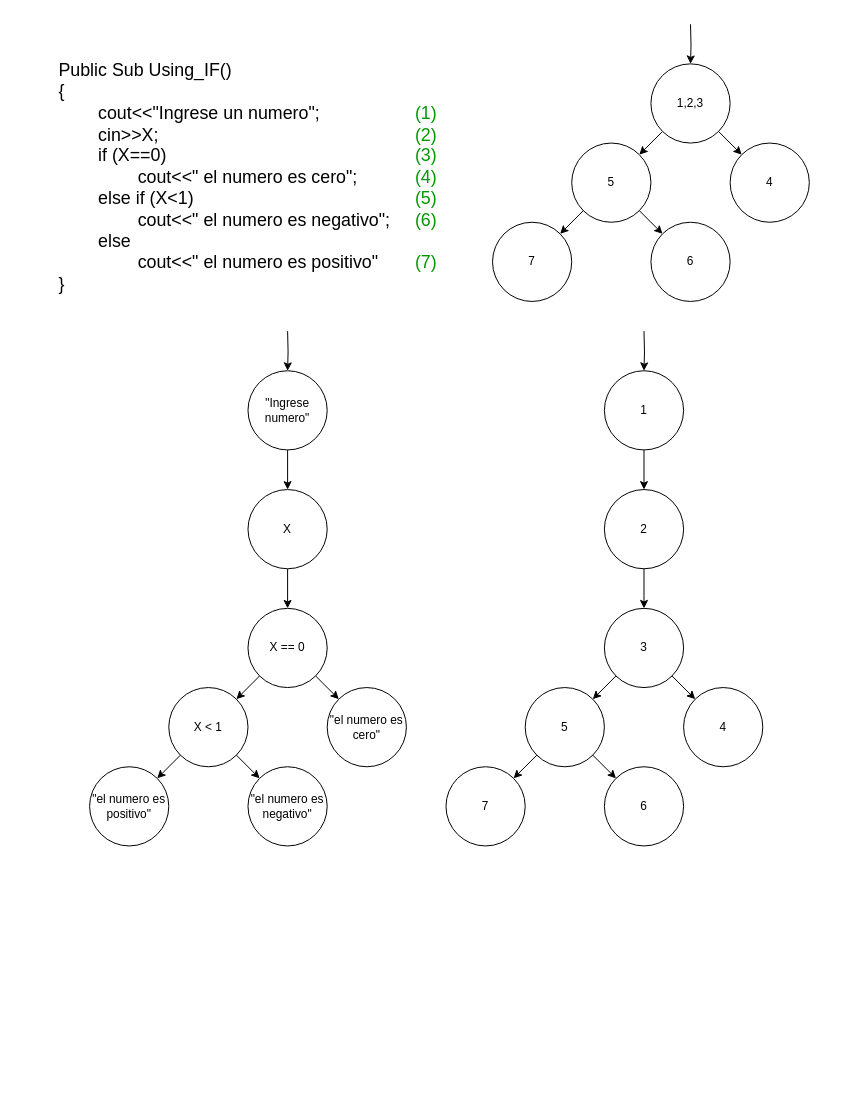
Earlier version of the draw.io diagram page "GrafoPDF_1A" (2 of 5) of Grafos_TP4_MII.drawio (JEOrellano/draw.io_TP4_G12_MII_TUSI). Source tidied: cells renumbered, new cells numbered last; positions are measured from the earlier drawing's top-left corner, leaving out a move shared by most shapes. Both pictures are drawn from the tidied source at 99%, with x=0, y=0 at pixel (56, 24).
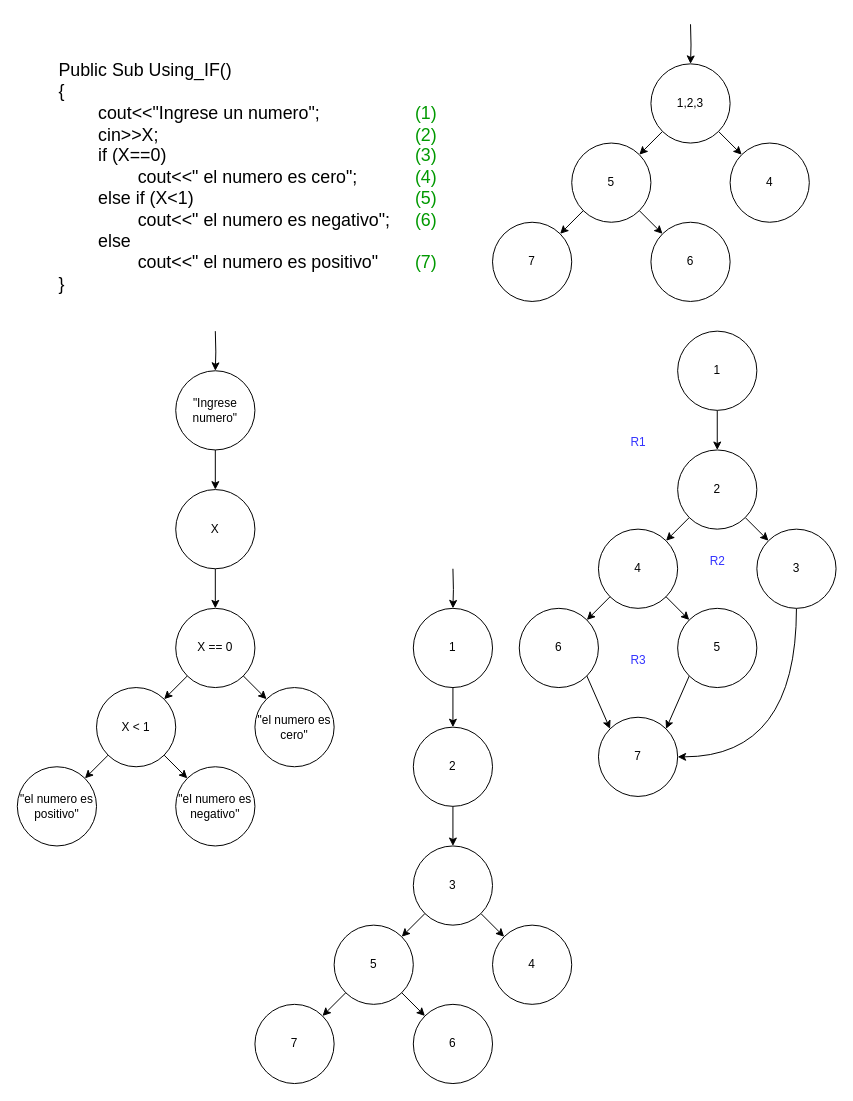
After the change.

Diff of the diagram source:
```diff
@@
     <mxCell id="2" style="edgeStyle=orthogonalEdgeStyle;rounded=0;jettySize=auto;html=1;entryX=0.5;entryY=0;entryDx=0;entryDy=0;" parent="1" edge="1" target="3">
       <mxGeometry relative="1" as="geometry">
-        <mxPoint x="233" y="310" as="sourcePoint" />
+        <mxPoint x="160" y="310" as="sourcePoint" />
       </mxGeometry>
     </mxCell>
     <mxCell id="3" value="&quot;Ingrese numero&quot;" style="ellipse;whiteSpace=wrap;html=1;" parent="1" vertex="1">
-      <mxGeometry x="193" y="350" width="80" height="80" as="geometry" />
+      <mxGeometry x="120" y="350" width="80" height="80" as="geometry" />
     </mxCell>
@@
     <mxCell id="6" value="X" style="ellipse;whiteSpace=wrap;html=1;" parent="1" vertex="1">
-      <mxGeometry x="193" y="470" width="80" height="80" as="geometry" />
+      <mxGeometry x="120" y="470" width="80" height="80" as="geometry" />
     </mxCell>
@@
     <mxCell id="9" value="X &amp;lt; 1" style="ellipse;whiteSpace=wrap;html=1;" parent="1" vertex="1">
-      <mxGeometry x="113" y="670" width="80" height="80" as="geometry" />
+      <mxGeometry x="40" y="670" width="80" height="80" as="geometry" />
     </mxCell>
@@
     <mxCell id="11" value="&quot;el numero es cero&quot;" style="ellipse;whiteSpace=wrap;html=1;" parent="1" vertex="1">
-      <mxGeometry x="273" y="670" width="80" height="80" as="geometry" />
+      <mxGeometry x="200" y="670" width="80" height="80" as="geometry" />
     </mxCell>
     <mxCell id="12" value="X == 0" style="ellipse;whiteSpace=wrap;html=1;" parent="1" vertex="1">
-      <mxGeometry x="193" y="590" width="80" height="80" as="geometry" />
+      <mxGeometry x="120" y="590" width="80" height="80" as="geometry" />
     </mxCell>
@@
     <mxCell id="14" value="&quot;el numero es positivo&quot;" style="ellipse;whiteSpace=wrap;html=1;" parent="1" vertex="1">
-      <mxGeometry x="33" y="750" width="80" height="80" as="geometry" />
+      <mxGeometry x="-40" y="750" width="80" height="80" as="geometry" />
     </mxCell>
@@
     <mxCell id="16" value="&quot;el numero es negativo&quot;" style="ellipse;whiteSpace=wrap;html=1;" parent="1" vertex="1">
-      <mxGeometry x="193" y="750" width="80" height="80" as="geometry" />
+      <mxGeometry x="120" y="750" width="80" height="80" as="geometry" />
     </mxCell>
     <mxCell id="17" style="edgeStyle=orthogonalEdgeStyle;rounded=0;jettySize=auto;html=1;entryX=0.5;entryY=0;entryDx=0;entryDy=0;" parent="1" edge="1" target="18">
       <mxGeometry relative="1" as="geometry">
-        <mxPoint x="593" y="310" as="sourcePoint" />
+        <mxPoint x="400" y="550" as="sourcePoint" />
       </mxGeometry>
     </mxCell>
     <mxCell id="18" value="1" style="ellipse;whiteSpace=wrap;html=1;" parent="1" vertex="1">
-      <mxGeometry x="553" y="350" width="80" height="80" as="geometry" />
+      <mxGeometry x="360" y="590" width="80" height="80" as="geometry" />
     </mxCell>
@@
     <mxCell id="21" value="2" style="ellipse;whiteSpace=wrap;html=1;" parent="1" vertex="1">
-      <mxGeometry x="553" y="470" width="80" height="80" as="geometry" />
+      <mxGeometry x="360" y="710" width="80" height="80" as="geometry" />
     </mxCell>
@@
     <mxCell id="24" value="5" style="ellipse;whiteSpace=wrap;html=1;" parent="1" vertex="1">
-      <mxGeometry x="473" y="670" width="80" height="80" as="geometry" />
+      <mxGeometry x="280" y="910" width="80" height="80" as="geometry" />
     </mxCell>
     <mxCell id="25" value="4" style="ellipse;whiteSpace=wrap;html=1;" parent="1" vertex="1">
-      <mxGeometry x="633" y="670" width="80" height="80" as="geometry" />
+      <mxGeometry x="440" y="910" width="80" height="80" as="geometry" />
     </mxCell>
     <mxCell id="26" value="3" style="ellipse;whiteSpace=wrap;html=1;" parent="1" vertex="1">
-      <mxGeometry x="553" y="590" width="80" height="80" as="geometry" />
+      <mxGeometry x="360" y="830" width="80" height="80" as="geometry" />
     </mxCell>
@@
     <mxCell id="28" value="7" style="ellipse;whiteSpace=wrap;html=1;" parent="1" vertex="1">
-      <mxGeometry x="393" y="750" width="80" height="80" as="geometry" />
+      <mxGeometry x="200" y="990" width="80" height="80" as="geometry" />
     </mxCell>
@@
     <mxCell id="30" value="6" style="ellipse;whiteSpace=wrap;html=1;" parent="1" vertex="1">
-      <mxGeometry x="553" y="750" width="80" height="80" as="geometry" />
+      <mxGeometry x="360" y="990" width="80" height="80" as="geometry" />
     </mxCell>
@@
+    <mxCell id="41" style="rounded=0;jettySize=auto;html=1;entryX=0;entryY=0;entryDx=0;entryDy=0;exitX=1;exitY=1;exitDx=0;exitDy=0;" parent="1" edge="1" source="48" target="47">
+      <mxGeometry relative="1" as="geometry" />
+    </mxCell>
+    <mxCell id="42" style="edgeStyle=orthogonalEdgeStyle;rounded=0;jettySize=auto;html=1;exitX=0.5;exitY=1;exitDx=0;exitDy=0;entryX=0.5;entryY=0;entryDx=0;entryDy=0;" parent="1" edge="1" source="43" target="48">
+      <mxGeometry relative="1" as="geometry" />
+    </mxCell>
+    <mxCell id="43" value="1" style="ellipse;whiteSpace=wrap;html=1;" parent="1" vertex="1">
+      <mxGeometry x="627" y="310" width="80" height="80" as="geometry" />
+    </mxCell>
+    <mxCell id="44" style="rounded=0;jettySize=auto;html=1;entryX=1;entryY=0;entryDx=0;entryDy=0;exitX=0;exitY=1;exitDx=0;exitDy=0;" parent="1" edge="1" source="48" target="45">
+      <mxGeometry relative="1" as="geometry" />
+    </mxCell>
+    <mxCell id="45" value="4" style="ellipse;whiteSpace=wrap;html=1;" parent="1" vertex="1">
+      <mxGeometry x="547" y="510" width="80" height="80" as="geometry" />
+    </mxCell>
+    <mxCell id="46" style="edgeStyle=orthogonalEdgeStyle;rounded=0;jettySize=auto;html=1;exitX=0.5;exitY=1;exitDx=0;exitDy=0;entryX=1;entryY=0.5;entryDx=0;entryDy=0;elbow=vertical;curved=1;" parent="1" edge="1" source="47" target="55">
+      <mxGeometry relative="1" as="geometry" />
+    </mxCell>
+    <mxCell id="47" value="3" style="ellipse;whiteSpace=wrap;html=1;" parent="1" vertex="1">
+      <mxGeometry x="707" y="510" width="80" height="80" as="geometry" />
+    </mxCell>
+    <mxCell id="48" value="2" style="ellipse;whiteSpace=wrap;html=1;" parent="1" vertex="1">
+      <mxGeometry x="627" y="430" width="80" height="80" as="geometry" />
+    </mxCell>
+    <mxCell id="49" style="rounded=0;jettySize=auto;html=1;entryX=1;entryY=0;entryDx=0;entryDy=0;exitX=0;exitY=1;exitDx=0;exitDy=0;" parent="1" edge="1" source="45" target="51">
+      <mxGeometry relative="1" as="geometry" />
+    </mxCell>
+    <mxCell id="50" style="rounded=0;jettySize=auto;html=1;exitX=1;exitY=1;exitDx=0;exitDy=0;entryX=0;entryY=0;entryDx=0;entryDy=0;" parent="1" edge="1" source="51" target="55">
+      <mxGeometry relative="1" as="geometry" />
+    </mxCell>
+    <mxCell id="51" value="6" style="ellipse;whiteSpace=wrap;html=1;" parent="1" vertex="1">
+      <mxGeometry x="467" y="590" width="80" height="80" as="geometry" />
+    </mxCell>
+    <mxCell id="52" style="rounded=0;jettySize=auto;html=1;entryX=0;entryY=0;entryDx=0;entryDy=0;exitX=1;exitY=1;exitDx=0;exitDy=0;" parent="1" edge="1" source="45" target="54">
+      <mxGeometry relative="1" as="geometry" />
+    </mxCell>
+    <mxCell id="53" style="rounded=0;jettySize=auto;html=1;exitX=0;exitY=1;exitDx=0;exitDy=0;entryX=1;entryY=0;entryDx=0;entryDy=0;" parent="1" edge="1" source="54" target="55">
+      <mxGeometry relative="1" as="geometry" />
+    </mxCell>
+    <mxCell id="54" value="5" style="ellipse;whiteSpace=wrap;html=1;" parent="1" vertex="1">
+      <mxGeometry x="627" y="590" width="80" height="80" as="geometry" />
+    </mxCell>
+    <mxCell id="55" value="7" style="ellipse;whiteSpace=wrap;html=1;" parent="1" vertex="1">
+      <mxGeometry x="547" y="700" width="80" height="80" as="geometry" />
+    </mxCell>
+    <mxCell id="56" value="&lt;font color=&quot;#3333ff&quot;&gt;R1&lt;/font&gt;" style="text;html=1;align=center;verticalAlign=middle;strokeColor=none;fillColor=none;" parent="1" vertex="1">
+      <mxGeometry x="567" y="408" width="40" height="30" as="geometry" />
+    </mxCell>
+    <mxCell id="57" value="&lt;font color=&quot;#3333ff&quot;&gt;R2&lt;/font&gt;" style="text;html=1;align=center;verticalAlign=middle;strokeColor=none;fillColor=none;" parent="1" vertex="1">
+      <mxGeometry x="647" y="528" width="40" height="30" as="geometry" />
+    </mxCell>
+    <mxCell id="58" value="&lt;font color=&quot;#3333ff&quot;&gt;R3&lt;/font&gt;" style="text;html=1;align=center;verticalAlign=middle;strokeColor=none;fillColor=none;" parent="1" vertex="1">
+      <mxGeometry x="567" y="628" width="40" height="30" as="geometry" />
+    </mxCell>
```
